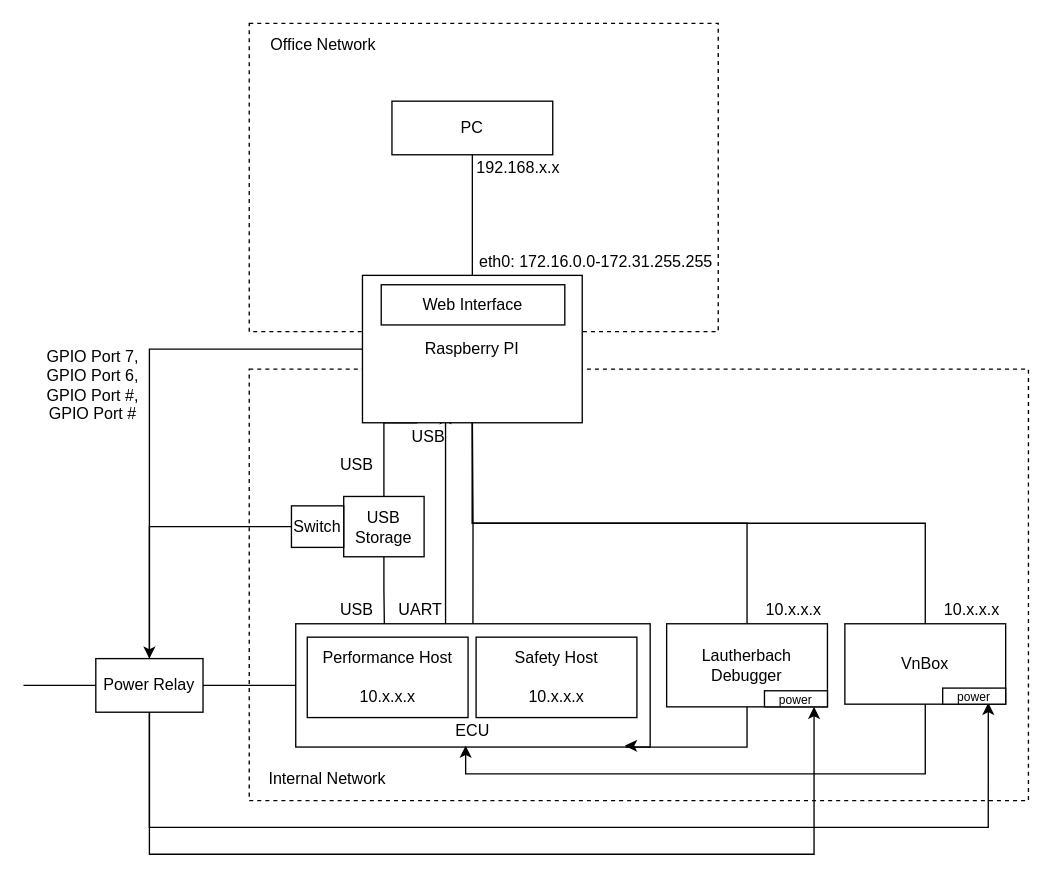
This is docs/diagrams/redcon-overview.drawio from atakancelikkol/redcon, a draw.io file, before an edit. Source tidied: cells renumbered, new cells numbered last; positions are measured from the earlier drawing's top-left corner, leaving out a move shared by most shapes. Both pictures are drawn from the tidied source at 134%, with x=0, y=0 at pixel (23, 23).
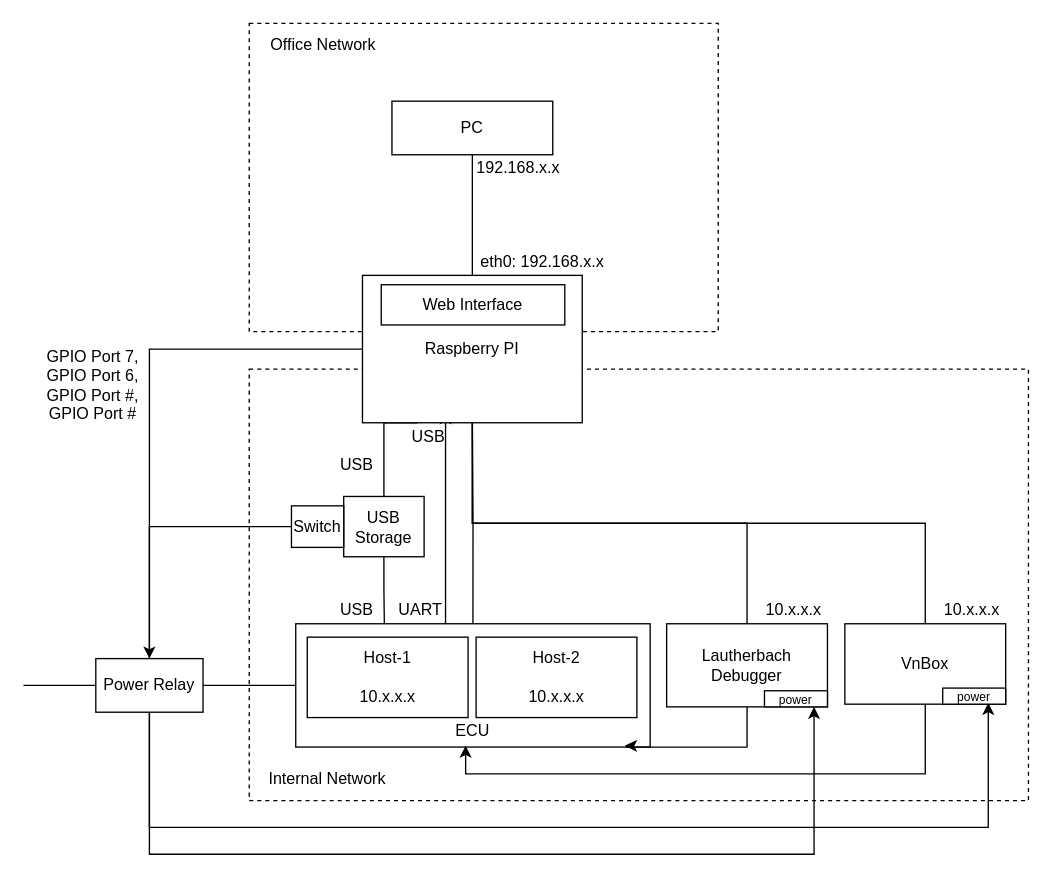
After the change.

Diff of the diagram source:
```diff
@@
-    <mxCell id="14" value="eth0: 172.16.0.0-172.31.255.255" style="text;html=1;strokeColor=none;fillColor=none;align=center;verticalAlign=middle;whiteSpace=wrap;rounded=0;" parent="1" vertex="1">
-      <mxGeometry x="335" y="168" width="185" height="20" as="geometry" />
+    <mxCell id="14" value="eth0: 192.168.x.x" style="text;html=1;strokeColor=none;fillColor=none;align=center;verticalAlign=middle;whiteSpace=wrap;rounded=0;" parent="1" vertex="1">
+      <mxGeometry x="335" y="168" width="105" height="20" as="geometry" />
     </mxCell>
@@
-    <mxCell id="17" value="Performance Host&lt;br&gt;&lt;br&gt;10.x.x.x" style="rounded=0;whiteSpace=wrap;html=1;" parent="1" vertex="1">
+    <mxCell id="17" value="Host-1&lt;br&gt;&lt;br&gt;&lt;div&gt;10.x.x.x&lt;br&gt;&lt;/div&gt;" style="rounded=0;whiteSpace=wrap;html=1;" parent="1" vertex="1">
       <mxGeometry x="211.8" y="458" width="120" height="60" as="geometry" />
     </mxCell>
-    <mxCell id="18" value="Safety Host&lt;br&gt;&lt;br&gt;10.x.x.x" style="rounded=0;whiteSpace=wrap;html=1;" parent="1" vertex="1">
+    <mxCell id="18" value="Host-2&lt;br&gt;&lt;br&gt;10.x.x.x" style="rounded=0;whiteSpace=wrap;html=1;" parent="1" vertex="1">
       <mxGeometry x="337.8" y="458" width="120" height="60" as="geometry" />
     </mxCell>
```
